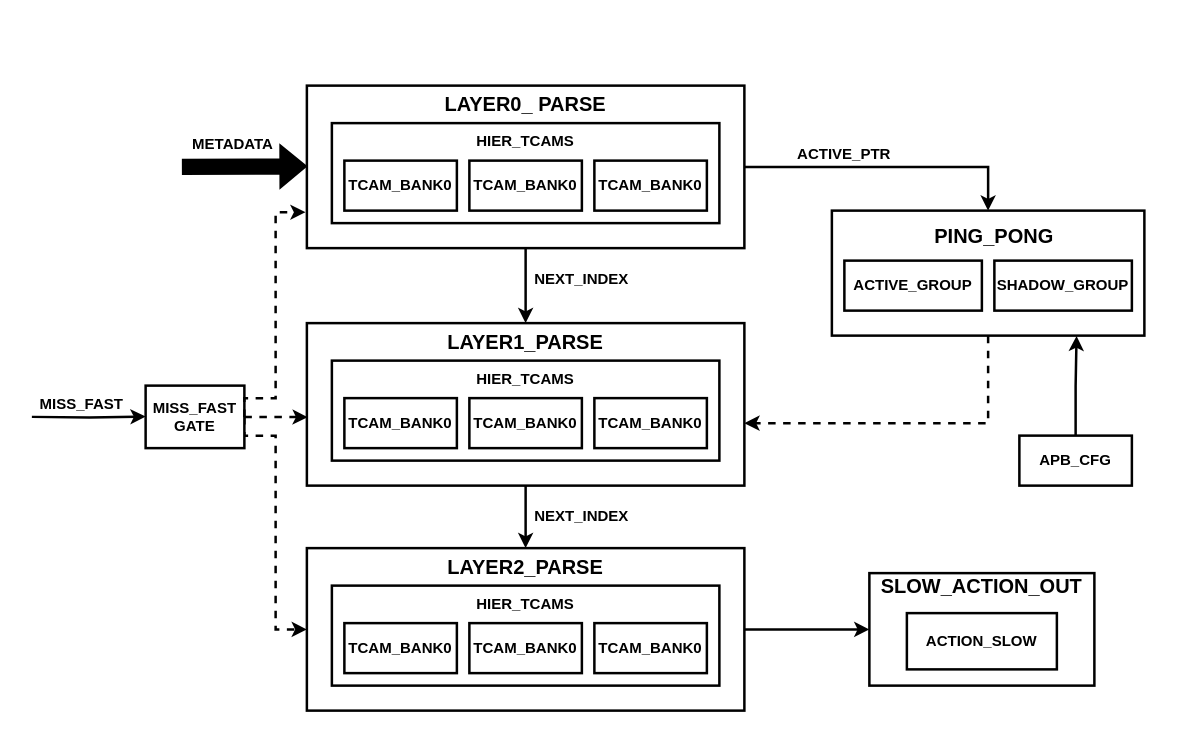
Above: page "慢路径" (3 of 3) of 未命名绘图.drawio in Toylog123/Draw.io (draw.io), before the change. Source tidied: cells renumbered, new cells numbered last; positions are measured from the earlier drawing's top-left corner, leaving out a move shared by most shapes. Both pictures are drawn from the tidied source at 125%, with x=0, y=0 at pixel (31, 85).
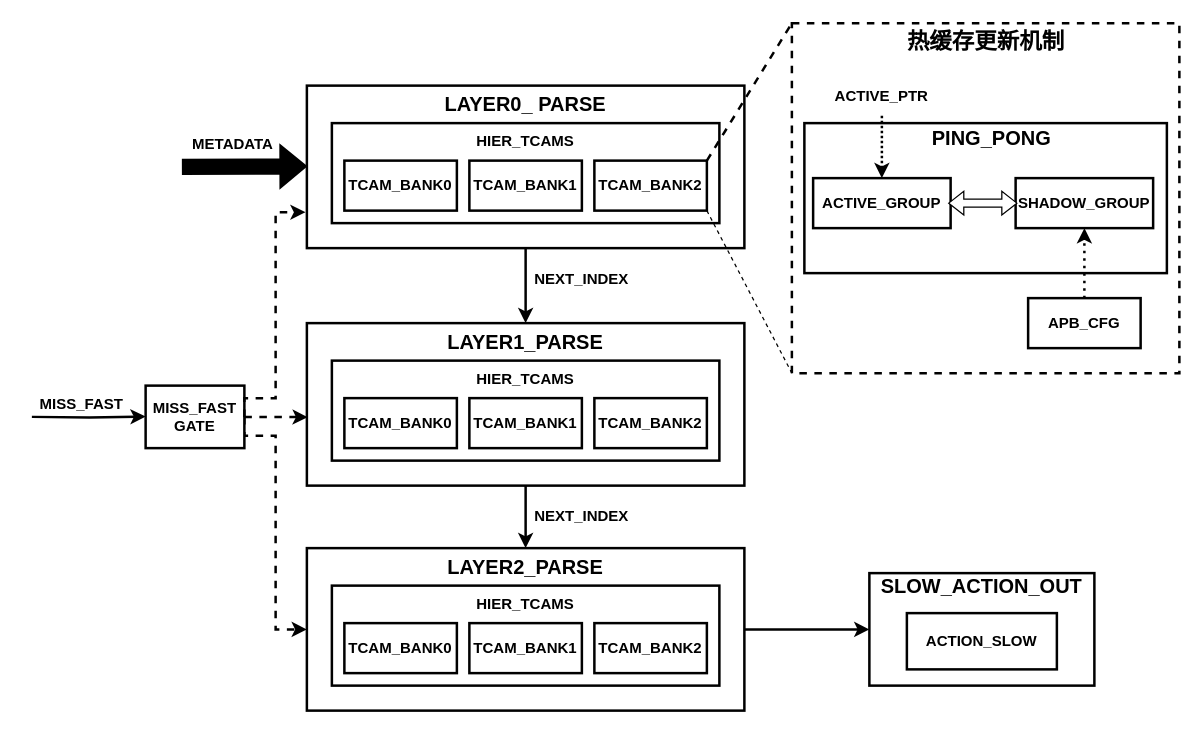
The same page after the edit.

Commit message:
加入热缓存更新机制

Unchanged cells that the change refers to:
```xml
<mxCell id="8" style="group;fontStyle=1;" parent="1" vertex="1">
  <mxGeometry x="220" width="350" height="130" as="geometry" />
</mxCell>
<mxCell id="9" style="rounded=0;whiteSpace=wrap;html=1;strokeWidth=2;fontStyle=1;" parent="8" vertex="1">
  <mxGeometry width="350" height="130" as="geometry" />
</mxCell>
<mxCell id="16" style="group;fontStyle=1;" parent="1" vertex="1">
  <mxGeometry x="220" y="190" width="350" height="130" as="geometry" />
</mxCell>
<mxCell id="24" style="group;fontStyle=1;" parent="1" vertex="1">
  <mxGeometry x="220" y="370" width="350" height="130" as="geometry" />
</mxCell>
```

What changed in the source:
```diff
@@
+    <mxCell id="53" style="rounded=0;whiteSpace=wrap;html=1;strokeWidth=2;dashed=1;" parent="1" vertex="1">
+      <mxGeometry x="608" y="-50" width="310" height="280" as="geometry" />
+    </mxCell>
@@
-    <mxCell id="14" value="&lt;span style=&quot;&quot;&gt;TCAM_BANK0&lt;/span&gt;" style="rounded=0;whiteSpace=wrap;html=1;fontStyle=1;strokeWidth=2;" parent="8" vertex="1">
+    <mxCell id="14" value="&lt;span style=&quot;&quot;&gt;TCAM_BANK1&lt;/span&gt;" style="rounded=0;whiteSpace=wrap;html=1;fontStyle=1;strokeWidth=2;" parent="8" vertex="1">
       <mxGeometry x="130" y="60" width="90" height="40" as="geometry" />
     </mxCell>
-    <mxCell id="15" value="&lt;span style=&quot;&quot;&gt;TCAM_BANK0&lt;/span&gt;" style="rounded=0;whiteSpace=wrap;html=1;fontStyle=1;strokeWidth=2;" parent="8" vertex="1">
+    <mxCell id="15" value="&lt;span style=&quot;&quot;&gt;TCAM_BANK2&lt;/span&gt;" style="rounded=0;whiteSpace=wrap;html=1;fontStyle=1;strokeWidth=2;" parent="8" vertex="1">
       <mxGeometry x="230" y="60" width="90" height="40" as="geometry" />
     </mxCell>
@@
-    <mxCell id="22" value="&lt;span style=&quot;&quot;&gt;TCAM_BANK0&lt;/span&gt;" style="rounded=0;whiteSpace=wrap;html=1;fontStyle=1;strokeWidth=2;" parent="16" vertex="1">
+    <mxCell id="22" value="&lt;span style=&quot;&quot;&gt;TCAM_BANK1&lt;/span&gt;" style="rounded=0;whiteSpace=wrap;html=1;fontStyle=1;strokeWidth=2;" parent="16" vertex="1">
       <mxGeometry x="130" y="60" width="90" height="40" as="geometry" />
     </mxCell>
-    <mxCell id="23" value="&lt;span style=&quot;&quot;&gt;TCAM_BANK0&lt;/span&gt;" style="rounded=0;whiteSpace=wrap;html=1;fontStyle=1;strokeWidth=2;" parent="16" vertex="1">
+    <mxCell id="23" value="&lt;span style=&quot;&quot;&gt;TCAM_BANK2&lt;/span&gt;" style="rounded=0;whiteSpace=wrap;html=1;fontStyle=1;strokeWidth=2;" parent="16" vertex="1">
       <mxGeometry x="230" y="60" width="90" height="40" as="geometry" />
     </mxCell>
@@
-    <mxCell id="30" value="&lt;span style=&quot;&quot;&gt;TCAM_BANK0&lt;/span&gt;" style="rounded=0;whiteSpace=wrap;html=1;fontStyle=1;strokeWidth=2;" parent="24" vertex="1">
+    <mxCell id="30" value="&lt;span style=&quot;&quot;&gt;TCAM_BANK1&lt;/span&gt;" style="rounded=0;whiteSpace=wrap;html=1;fontStyle=1;strokeWidth=2;" parent="24" vertex="1">
       <mxGeometry x="130" y="60" width="90" height="40" as="geometry" />
     </mxCell>
-    <mxCell id="31" value="&lt;span style=&quot;&quot;&gt;TCAM_BANK0&lt;/span&gt;" style="rounded=0;whiteSpace=wrap;html=1;fontStyle=1;strokeWidth=2;" parent="24" vertex="1">
+    <mxCell id="31" value="&lt;span style=&quot;&quot;&gt;TCAM_BANK2&lt;/span&gt;" style="rounded=0;whiteSpace=wrap;html=1;fontStyle=1;strokeWidth=2;" parent="24" vertex="1">
       <mxGeometry x="230" y="60" width="90" height="40" as="geometry" />
     </mxCell>
@@
-    <mxCell id="38" style="group;fontStyle=1;" parent="1" vertex="1">
-      <mxGeometry x="640" y="100" width="250" height="100" as="geometry" />
-    </mxCell>
-    <mxCell id="39" style="rounded=0;whiteSpace=wrap;html=1;fontStyle=1;strokeWidth=2;" parent="38" vertex="1">
-      <mxGeometry width="250" height="100" as="geometry" />
-    </mxCell>
-    <mxCell id="40" value="PING_PONG" style="text;html=1;whiteSpace=wrap;strokeColor=none;fillColor=none;align=center;verticalAlign=middle;rounded=0;fontSize=16;strokeWidth=2;fontStyle=1;" parent="38" vertex="1">
-      <mxGeometry x="60" y="10" width="140" height="20" as="geometry" />
-    </mxCell>
-    <mxCell id="41" value="&lt;span style=&quot;&quot;&gt;&lt;font face=&quot;Helvetica&quot;&gt;ACTIVE_GROUP&lt;/font&gt;&lt;/span&gt;" style="rounded=0;whiteSpace=wrap;html=1;fontStyle=1;strokeWidth=2;" parent="38" vertex="1">
-      <mxGeometry x="10" y="40" width="110" height="40" as="geometry" />
-    </mxCell>
-    <mxCell id="42" value="&lt;span style=&quot;&quot;&gt;&lt;font face=&quot;Helvetica&quot;&gt;SHADOW_GROUP&lt;/font&gt;&lt;/span&gt;" style="rounded=0;whiteSpace=wrap;html=1;fontStyle=1;strokeWidth=2;" parent="38" vertex="1">
-      <mxGeometry x="130" y="40" width="110" height="40" as="geometry" />
-    </mxCell>
-    <mxCell id="43" style="edgeStyle=orthogonalEdgeStyle;rounded=0;jettySize=auto;html=1;exitX=1;exitY=0.5;exitDx=0;exitDy=0;entryX=0.5;entryY=0;entryDx=0;entryDy=0;strokeWidth=2;fontStyle=1;" parent="1" edge="1" source="9" target="39">
-      <mxGeometry relative="1" as="geometry" />
-    </mxCell>
-    <mxCell id="44" style="edgeStyle=orthogonalEdgeStyle;rounded=0;jettySize=auto;html=1;exitX=0.5;exitY=1;exitDx=0;exitDy=0;strokeWidth=2;dashed=1;fontStyle=1;" parent="1" edge="1" source="39">
-      <mxGeometry relative="1" as="geometry">
-        <mxPoint x="570" y="270" as="targetPoint" />
-        <Array as="points">
-          <mxPoint x="765" y="270" />
-        </Array>
-      </mxGeometry>
-    </mxCell>
     <mxCell id="45" value="ACTIVE_PTR" style="text;html=1;whiteSpace=wrap;strokeColor=none;fillColor=none;align=center;verticalAlign=middle;rounded=0;fontFamily=Helvetica;fontSize=12;fontColor=default;fontStyle=1;" parent="1" vertex="1">
-      <mxGeometry x="620" y="40" width="60" height="30" as="geometry" />
+      <mxGeometry x="650" y="-6" width="60" height="30" as="geometry" />
     </mxCell>
-    <mxCell id="46" style="edgeStyle=orthogonalEdgeStyle;rounded=0;jettySize=auto;html=1;exitX=0.5;exitY=0;exitDx=0;exitDy=0;strokeWidth=2;fontStyle=1;entryX=0.783;entryY=1.002;entryDx=0;entryDy=0;entryPerimeter=0;" parent="1" edge="1" source="47" target="39">
-      <mxGeometry relative="1" as="geometry" />
-    </mxCell>
     <mxCell id="47" value="&lt;span style=&quot;&quot;&gt;APB_CFG&lt;/span&gt;" style="rounded=0;whiteSpace=wrap;html=1;fontStyle=1;strokeWidth=2;" parent="1" vertex="1">
-      <mxGeometry x="790" y="280" width="90" height="40" as="geometry" />
+      <mxGeometry x="797" y="170" width="90" height="40" as="geometry" />
     </mxCell>
@@
+    <mxCell id="54" style="endArrow=none;dashed=1;html=1;rounded=0;exitX=1;exitY=0;exitDx=0;exitDy=0;entryX=0;entryY=0;entryDx=0;entryDy=0;strokeWidth=2;" parent="1" edge="1" source="15" target="53">
+      <mxGeometry relative="1" as="geometry" />
+    </mxCell>
+    <mxCell id="55" style="endArrow=none;dashed=1;html=1;rounded=0;exitX=1;exitY=1;exitDx=0;exitDy=0;entryX=0;entryY=1;entryDx=0;entryDy=0;" parent="1" edge="1" source="15" target="53">
+      <mxGeometry relative="1" as="geometry" />
+    </mxCell>
+    <mxCell id="39" style="rounded=0;whiteSpace=wrap;html=1;fontStyle=1;strokeWidth=2;" parent="1" vertex="1">
+      <mxGeometry x="618" y="30" width="290" height="120" as="geometry" />
+    </mxCell>
+    <mxCell id="40" value="PING_PONG" style="text;html=1;whiteSpace=wrap;strokeColor=none;fillColor=none;align=center;verticalAlign=middle;rounded=0;fontSize=16;strokeWidth=2;fontStyle=1;" parent="1" vertex="1">
+      <mxGeometry x="698" y="32" width="140" height="20" as="geometry" />
+    </mxCell>
+    <mxCell id="41" value="&lt;span style=&quot;&quot;&gt;&lt;font face=&quot;Helvetica&quot;&gt;ACTIVE_GROUP&lt;/font&gt;&lt;/span&gt;" style="rounded=0;whiteSpace=wrap;html=1;fontStyle=1;strokeWidth=2;" parent="1" vertex="1">
+      <mxGeometry x="625" y="74" width="110" height="40" as="geometry" />
+    </mxCell>
+    <mxCell id="42" value="&lt;span style=&quot;&quot;&gt;&lt;font face=&quot;Helvetica&quot;&gt;SHADOW_GROUP&lt;/font&gt;&lt;/span&gt;" style="rounded=0;whiteSpace=wrap;html=1;fontStyle=1;strokeWidth=2;" parent="1" vertex="1">
+      <mxGeometry x="787" y="74" width="110" height="40" as="geometry" />
+    </mxCell>
+    <mxCell id="56" style="edgeStyle=orthogonalEdgeStyle;rounded=0;jettySize=auto;html=1;exitX=0.5;exitY=1;exitDx=0;exitDy=0;entryX=0.5;entryY=0;entryDx=0;entryDy=0;strokeWidth=2;dashed=1;dashPattern=1 1;" parent="1" edge="1" source="45" target="41">
+      <mxGeometry relative="1" as="geometry" />
+    </mxCell>
+    <mxCell id="57" style="html=1;shadow=0;dashed=0;align=center;verticalAlign=middle;shape=mxgraph.arrows2.twoWayArrow;dy=0.67;dx=12.04;" parent="1" vertex="1">
+      <mxGeometry x="733.5" y="84.5" width="54.5" height="19" as="geometry" />
+    </mxCell>
+    <mxCell id="58" value="热缓存更新机制" style="text;html=1;whiteSpace=wrap;strokeColor=none;fillColor=none;align=center;verticalAlign=middle;rounded=0;fontSize=18;fontStyle=1;" parent="1" vertex="1">
+      <mxGeometry x="694.5" y="-50" width="137" height="30" as="geometry" />
+    </mxCell>
+    <mxCell id="59" style="edgeStyle=orthogonalEdgeStyle;rounded=0;jettySize=auto;html=1;exitX=0.5;exitY=0;exitDx=0;exitDy=0;entryX=0.5;entryY=1;entryDx=0;entryDy=0;strokeWidth=2;dashed=1;dashPattern=1 2;" parent="1" edge="1" source="47" target="42">
+      <mxGeometry relative="1" as="geometry" />
+    </mxCell>
```
